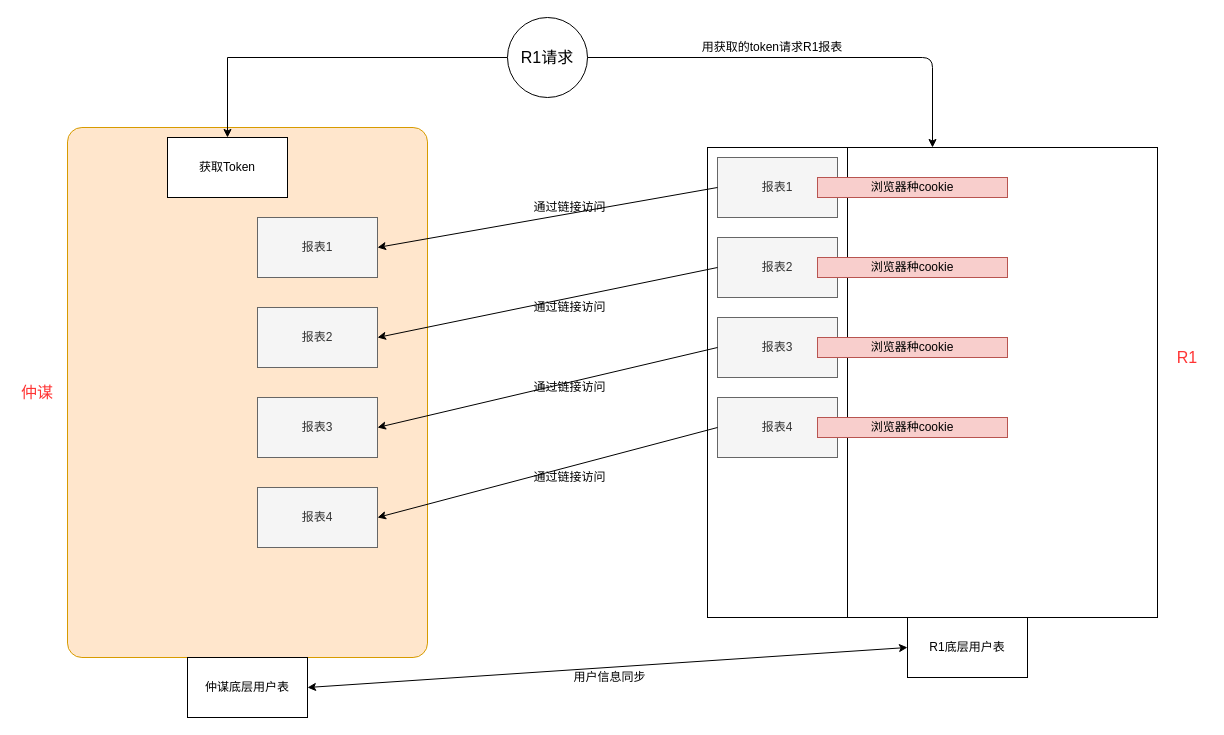
Earlier version of the draw.io diagram page "第 2 页" (2 of 2) of pet_data_warehouse/R1对接.drawio (fangzheng0518/draw). Source tidied: cells renumbered, new cells numbered last; positions are measured from the earlier drawing's top-left corner, leaving out a move shared by most shapes. Both pictures are drawn from the tidied source at 100%, with x=0, y=0 at pixel (17, 17).
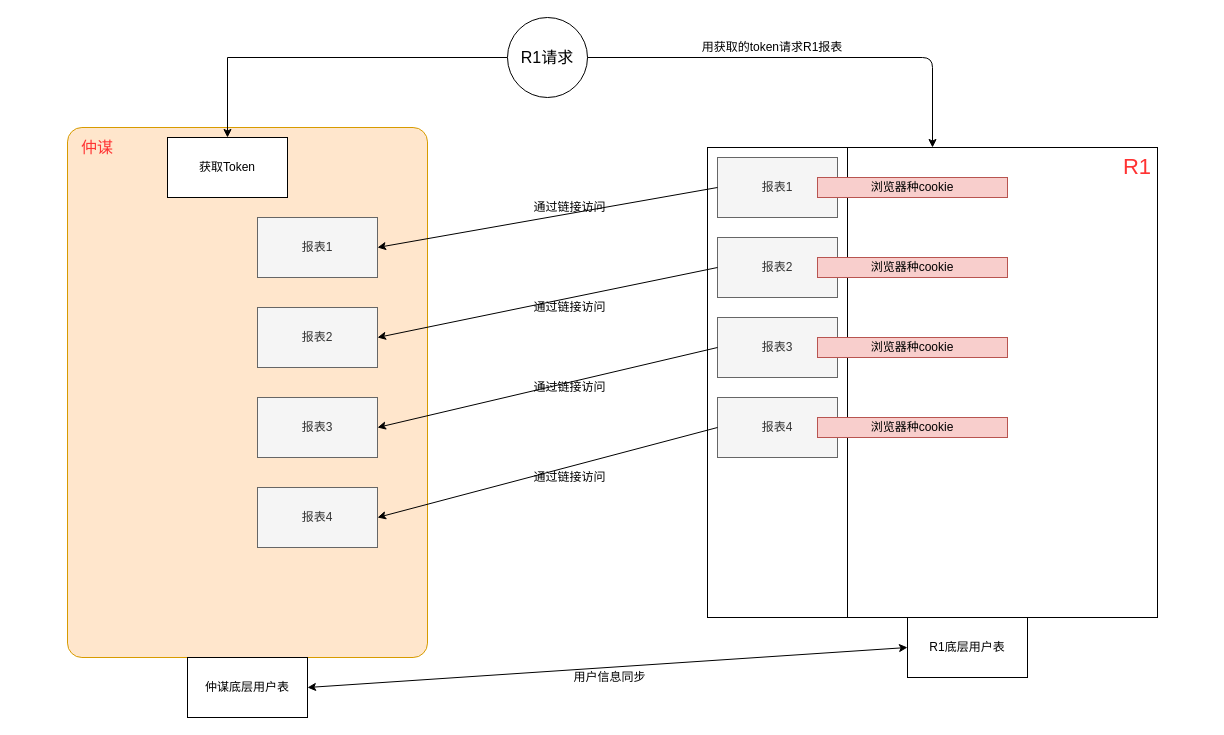
Above is the later version.

What changed in the source:
```diff
@@
     <mxCell id="8" value="&lt;font style=&quot;font-size: 16px&quot; color=&quot;#ff3333&quot;&gt;仲谋&lt;/font&gt;" style="text;html=1;strokeColor=none;fillColor=none;align=center;verticalAlign=middle;whiteSpace=wrap;rounded=0;" parent="1" vertex="1">
-      <mxGeometry y="365" width="40" height="20" as="geometry" />
+      <mxGeometry x="60" y="120" width="40" height="20" as="geometry" />
     </mxCell>
@@
-    <mxCell id="28" value="&lt;font style=&quot;font-size: 16px&quot; color=&quot;#ff3333&quot;&gt;R1&lt;/font&gt;" style="text;html=1;strokeColor=none;fillColor=none;align=center;verticalAlign=middle;whiteSpace=wrap;rounded=0;" parent="1" vertex="1">
-      <mxGeometry x="1150" y="330" width="40" height="20" as="geometry" />
+    <mxCell id="28" value="&lt;font style=&quot;font-size: 22px&quot; color=&quot;#ff3333&quot;&gt;R1&lt;/font&gt;" style="text;html=1;strokeColor=none;fillColor=none;align=center;verticalAlign=middle;whiteSpace=wrap;rounded=0;" parent="1" vertex="1">
+      <mxGeometry x="1100" y="140" width="40" height="20" as="geometry" />
     </mxCell>
```
